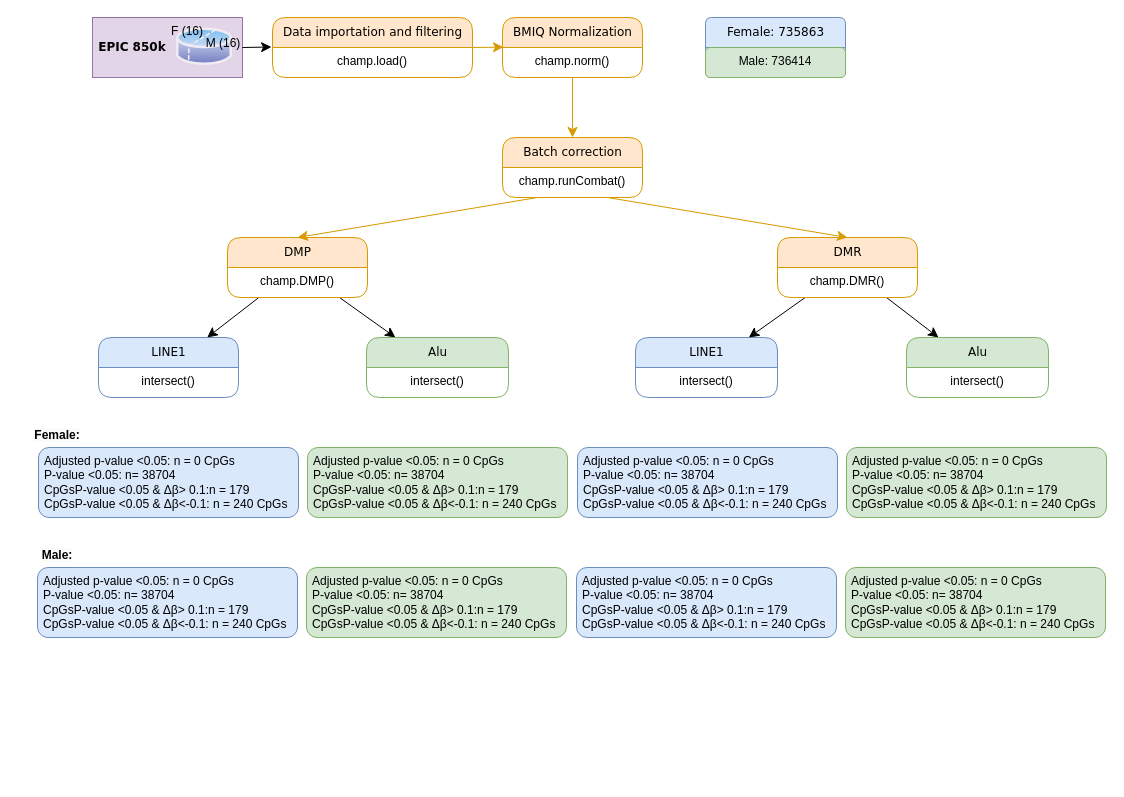
The draw.io diagram LBP.drawio in mwLuan/image_storage, before the edit. Source tidied: cells renumbered, new cells numbered last; positions are measured from the earlier drawing's top-left corner, leaving out a move shared by most shapes. Both pictures are drawn from the tidied source at 100%, with x=0, y=0 at pixel (17, 17).
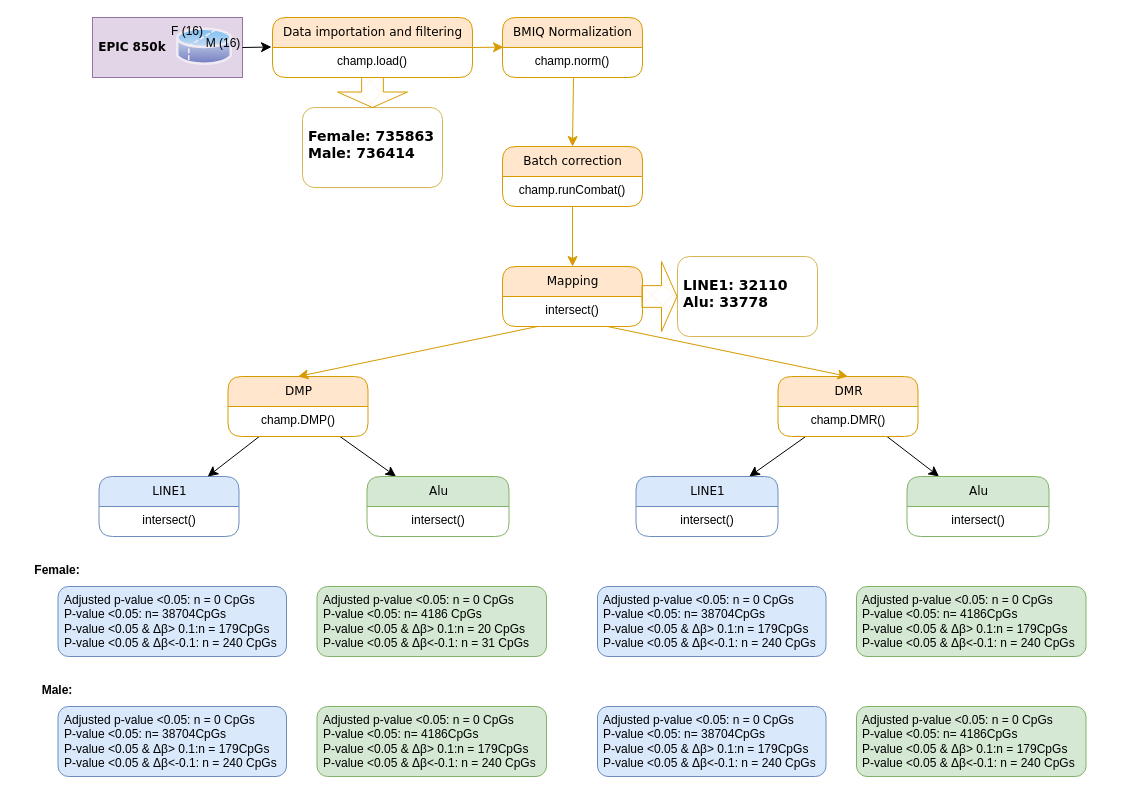
After the change.

The change refers to these unchanged cells:
```xml
<mxCell id="6" value="BMIQ Normalization" style="swimlane;html=1;fontStyle=0;horizontal=1;startSize=30;fillColor=#ffe6cc;swimlaneFillColor=#ffffff;align=center;rounded=1;shadow=0;comic=0;labelBackgroundColor=none;strokeWidth=1;fontFamily=Verdana;fontSize=12;strokeColor=#d79b00;" parent="1" vertex="1">
  <mxGeometry x="485" width="140" height="60" as="geometry" />
</mxCell>
```

Diff of the diagram source:
```diff
@@
-    <mxCell id="5" style="edgeStyle=none;html=1;labelBackgroundColor=none;startFill=0;startSize=8;endFill=1;endSize=8;fontFamily=Verdana;fontSize=12;exitX=0.5;exitY=1;exitDx=0;exitDy=0;entryX=0.5;entryY=0;entryDx=0;entryDy=0;fillColor=#ffe6cc;strokeColor=#d79b00;" parent="1" edge="1" source="6" target="8">
+    <mxCell id="5" style="edgeStyle=none;html=1;labelBackgroundColor=none;startFill=0;startSize=8;endFill=1;endSize=8;fontFamily=Verdana;fontSize=12;exitX=0.5;exitY=1;exitDx=0;exitDy=0;entryX=0.5;entryY=0;entryDx=0;entryDy=0;fillColor=#ffe6cc;strokeColor=#d79b00;exitPerimeter=0;" parent="1" edge="1" source="48" target="8">
       <mxGeometry relative="1" as="geometry" />
     </mxCell>
@@
-    <mxCell id="8" value="Batch correction" style="swimlane;html=1;fontStyle=0;horizontal=1;startSize=30;fillColor=#ffe6cc;swimlaneFillColor=#ffffff;align=center;rounded=1;shadow=0;comic=0;labelBackgroundColor=none;strokeWidth=1;fontFamily=Verdana;fontSize=12;strokeColor=#d79b00;" parent="1" vertex="1">
-      <mxGeometry x="485" y="120" width="140" height="60" as="geometry" />
+    <mxCell id="8" value="Mapping" style="swimlane;html=1;fontStyle=0;horizontal=1;startSize=30;fillColor=#ffe6cc;swimlaneFillColor=#ffffff;align=center;rounded=1;shadow=0;comic=0;labelBackgroundColor=none;strokeWidth=1;fontFamily=Verdana;fontSize=12;strokeColor=#d79b00;" parent="1" vertex="1">
+      <mxGeometry x="485" y="249" width="140" height="60" as="geometry" />
     </mxCell>
-    <mxCell id="9" value="champ.runCombat()" style="text;html=1;spacingLeft=4;spacingRight=4;whiteSpace=wrap;overflow=hidden;align=center;rounded=1;" parent="8" vertex="1">
+    <mxCell id="9" value="intersect()" style="text;html=1;spacingLeft=4;spacingRight=4;whiteSpace=wrap;overflow=hidden;align=center;rounded=1;" parent="8" vertex="1">
       <mxGeometry y="30" width="140" height="30" as="geometry" />
     </mxCell>
     <mxCell id="10" value="LINE1" style="swimlane;html=1;fontStyle=0;horizontal=1;startSize=30;fillColor=#dae8fc;swimlaneFillColor=#ffffff;align=center;rounded=1;shadow=0;comic=0;labelBackgroundColor=none;strokeWidth=1;fontFamily=Verdana;fontSize=12;strokeColor=#6c8ebf;" parent="1" vertex="1">
-      <mxGeometry x="81" y="320" width="140" height="60" as="geometry" />
+      <mxGeometry x="81.5" y="459" width="140" height="60" as="geometry" />
     </mxCell>
@@
     <mxCell id="14" value="DMP" style="swimlane;html=1;fontStyle=0;horizontal=1;startSize=30;fillColor=#ffe6cc;swimlaneFillColor=#ffffff;align=center;rounded=1;shadow=0;comic=0;labelBackgroundColor=none;strokeWidth=1;fontFamily=Verdana;fontSize=12;strokeColor=#d79b00;" parent="1" vertex="1">
-      <mxGeometry x="210" y="220" width="140" height="60" as="geometry" />
+      <mxGeometry x="210.5" y="359" width="140" height="60" as="geometry" />
     </mxCell>
@@
     <mxCell id="16" value="Alu" style="swimlane;html=1;fontStyle=0;horizontal=1;startSize=30;fillColor=#d5e8d4;swimlaneFillColor=#ffffff;align=center;rounded=1;shadow=0;comic=0;labelBackgroundColor=none;strokeWidth=1;fontFamily=Verdana;fontSize=12;strokeColor=#82b366;" parent="1" vertex="1">
-      <mxGeometry x="349" y="320" width="142" height="60" as="geometry" />
+      <mxGeometry x="349.5" y="459" width="142" height="60" as="geometry" />
     </mxCell>
@@
     <mxCell id="21" value="LINE1" style="swimlane;html=1;fontStyle=0;horizontal=1;startSize=30;fillColor=#dae8fc;swimlaneFillColor=#ffffff;align=center;rounded=1;shadow=0;comic=0;labelBackgroundColor=none;strokeWidth=1;fontFamily=Verdana;fontSize=12;strokeColor=#6c8ebf;" parent="1" vertex="1">
-      <mxGeometry x="618" y="320" width="142" height="60" as="geometry" />
+      <mxGeometry x="618.5" y="459" width="142" height="60" as="geometry" />
     </mxCell>
@@
     <mxCell id="25" value="DMR" style="swimlane;html=1;fontStyle=0;horizontal=1;startSize=30;fillColor=#ffe6cc;swimlaneFillColor=#ffffff;align=center;rounded=1;shadow=0;comic=0;labelBackgroundColor=none;strokeWidth=1;fontFamily=Verdana;fontSize=12;strokeColor=#d79b00;" parent="1" vertex="1">
-      <mxGeometry x="760" y="220" width="140" height="60" as="geometry" />
+      <mxGeometry x="760.5" y="359" width="140" height="60" as="geometry" />
     </mxCell>
@@
     <mxCell id="27" value="Alu" style="swimlane;html=1;fontStyle=0;horizontal=1;startSize=30;fillColor=#d5e8d4;swimlaneFillColor=#ffffff;align=center;rounded=1;shadow=0;comic=0;labelBackgroundColor=none;strokeWidth=1;fontFamily=Verdana;fontSize=12;strokeColor=#82b366;" parent="1" vertex="1">
-      <mxGeometry x="889" y="320" width="142" height="60" as="geometry" />
+      <mxGeometry x="889.5" y="459" width="142" height="60" as="geometry" />
     </mxCell>
@@
-    <mxCell id="33" value="Adjusted p-value &amp;lt;0.05: n = 0 CpGs &lt;br&gt;P-value &amp;lt;0.05: n= 38704 &lt;br&gt;CpGsP-value &amp;lt;0.05 &amp;amp; Δβ&amp;gt; 0.1:n = 179 &lt;br&gt;CpGsP-value &amp;lt;0.05 &amp;amp; Δβ&amp;lt;-0.1: n = 240 CpGs" style="text;html=1;spacingLeft=4;spacingRight=4;whiteSpace=wrap;overflow=hidden;align=left;rounded=1;fillColor=#dae8fc;strokeColor=#6c8ebf;" parent="1" vertex="1">
-      <mxGeometry x="21" y="430" width="260" height="70" as="geometry" />
+    <mxCell id="33" value="Adjusted p-value &amp;lt;0.05: n = 0 CpGs &lt;br&gt;P-value &amp;lt;0.05: n= 38704CpGs&lt;br&gt;P-value &amp;lt;0.05 &amp;amp; Δβ&amp;gt; 0.1:n = 179CpGs&lt;br&gt;P-value &amp;lt;0.05 &amp;amp; Δβ&amp;lt;-0.1: n = 240 CpGs" style="text;html=1;spacingLeft=4;spacingRight=4;whiteSpace=wrap;overflow=hidden;align=left;rounded=1;fillColor=#dae8fc;strokeColor=#6c8ebf;" parent="1" vertex="1">
+      <mxGeometry x="40.5" y="569" width="228.5" height="70" as="geometry" />
     </mxCell>
     <mxCell id="34" value="&lt;span style=&quot;color: rgb(0, 0, 0); font-family: Helvetica; font-size: 12px; font-style: normal; font-variant-ligatures: normal; font-variant-caps: normal; letter-spacing: normal; orphans: 2; text-indent: 0px; text-transform: none; widows: 2; word-spacing: 0px; -webkit-text-stroke-width: 0px; background-color: rgb(251, 251, 251); text-decoration-thickness: initial; text-decoration-style: initial; text-decoration-color: initial; float: none; display: inline !important;&quot;&gt;Female:&lt;/span&gt;" style="text;whiteSpace=wrap;html=1;fontSize=12;fontFamily=Helvetica;fontColor=default;align=center;fontStyle=1;" parent="1" vertex="1">
-      <mxGeometry y="404" width="80" height="30" as="geometry" />
+      <mxGeometry y="539" width="80" height="30" as="geometry" />
     </mxCell>
     <mxCell id="35" value="&lt;span style=&quot;color: rgb(0, 0, 0); font-family: Helvetica; font-size: 12px; font-style: normal; font-variant-ligatures: normal; font-variant-caps: normal; letter-spacing: normal; orphans: 2; text-indent: 0px; text-transform: none; widows: 2; word-spacing: 0px; -webkit-text-stroke-width: 0px; background-color: rgb(251, 251, 251); text-decoration-thickness: initial; text-decoration-style: initial; text-decoration-color: initial; float: none; display: inline !important;&quot;&gt;Male:&lt;/span&gt;" style="text;whiteSpace=wrap;html=1;fontSize=12;fontFamily=Helvetica;fontColor=default;align=center;fontStyle=1;" parent="1" vertex="1">
-      <mxGeometry y="524" width="80" height="30" as="geometry" />
+      <mxGeometry y="659" width="80" height="30" as="geometry" />
     </mxCell>
-    <mxCell id="36" value="Adjusted p-value &amp;lt;0.05: n = 0 CpGs &lt;br&gt;P-value &amp;lt;0.05: n= 38704 &lt;br&gt;CpGsP-value &amp;lt;0.05 &amp;amp; Δβ&amp;gt; 0.1:n = 179 &lt;br&gt;CpGsP-value &amp;lt;0.05 &amp;amp; Δβ&amp;lt;-0.1: n = 240 CpGs" style="text;html=1;spacingLeft=4;spacingRight=4;whiteSpace=wrap;overflow=hidden;align=left;rounded=1;fillColor=#dae8fc;strokeColor=#6c8ebf;" parent="1" vertex="1">
-      <mxGeometry x="20" y="550" width="260" height="70" as="geometry" />
-    </mxCell>
-    <mxCell id="37" value="Adjusted p-value &amp;lt;0.05: n = 0 CpGs &lt;br&gt;P-value &amp;lt;0.05: n= 38704 &lt;br&gt;CpGsP-value &amp;lt;0.05 &amp;amp; Δβ&amp;gt; 0.1:n = 179 &lt;br&gt;CpGsP-value &amp;lt;0.05 &amp;amp; Δβ&amp;lt;-0.1: n = 240 CpGs" style="text;html=1;spacingLeft=4;spacingRight=4;whiteSpace=wrap;overflow=hidden;align=left;rounded=1;fillColor=#d5e8d4;strokeColor=#82b366;" parent="1" vertex="1">
-      <mxGeometry x="290" y="430" width="260" height="70" as="geometry" />
+    <mxCell id="37" value="Adjusted p-value &amp;lt;0.05: n = 0 CpGs &lt;br&gt;P-value &amp;lt;0.05: n= 4186 CpGs&lt;br&gt;P-value &amp;lt;0.05 &amp;amp; Δβ&amp;gt; 0.1:n = 20 CpGs&lt;br&gt;P-value &amp;lt;0.05 &amp;amp; Δβ&amp;lt;-0.1: n = 31 CpGs" style="text;html=1;spacingLeft=4;spacingRight=4;whiteSpace=wrap;overflow=hidden;align=left;rounded=1;fillColor=#d5e8d4;strokeColor=#82b366;" parent="1" vertex="1">
+      <mxGeometry x="299.5" y="569" width="229.5" height="70" as="geometry" />
     </mxCell>
-    <mxCell id="38" value="Adjusted p-value &amp;lt;0.05: n = 0 CpGs &lt;br&gt;P-value &amp;lt;0.05: n= 38704 &lt;br&gt;CpGsP-value &amp;lt;0.05 &amp;amp; Δβ&amp;gt; 0.1:n = 179 &lt;br&gt;CpGsP-value &amp;lt;0.05 &amp;amp; Δβ&amp;lt;-0.1: n = 240 CpGs" style="text;html=1;spacingLeft=4;spacingRight=4;whiteSpace=wrap;overflow=hidden;align=left;rounded=1;fillColor=#d5e8d4;strokeColor=#82b366;" parent="1" vertex="1">
-      <mxGeometry x="289" y="550" width="260" height="70" as="geometry" />
-    </mxCell>
-    <mxCell id="39" value="Adjusted p-value &amp;lt;0.05: n = 0 CpGs &lt;br&gt;P-value &amp;lt;0.05: n= 38704 &lt;br&gt;CpGsP-value &amp;lt;0.05 &amp;amp; Δβ&amp;gt; 0.1:n = 179 &lt;br&gt;CpGsP-value &amp;lt;0.05 &amp;amp; Δβ&amp;lt;-0.1: n = 240 CpGs" style="text;html=1;spacingLeft=4;spacingRight=4;whiteSpace=wrap;overflow=hidden;align=left;rounded=1;fillColor=#d5e8d4;strokeColor=#82b366;" parent="1" vertex="1">
-      <mxGeometry x="829" y="430" width="260" height="70" as="geometry" />
-    </mxCell>
-    <mxCell id="40" value="Adjusted p-value &amp;lt;0.05: n = 0 CpGs &lt;br&gt;P-value &amp;lt;0.05: n= 38704 &lt;br&gt;CpGsP-value &amp;lt;0.05 &amp;amp; Δβ&amp;gt; 0.1:n = 179 &lt;br&gt;CpGsP-value &amp;lt;0.05 &amp;amp; Δβ&amp;lt;-0.1: n = 240 CpGs" style="text;html=1;spacingLeft=4;spacingRight=4;whiteSpace=wrap;overflow=hidden;align=left;rounded=1;fillColor=#d5e8d4;strokeColor=#82b366;" parent="1" vertex="1">
-      <mxGeometry x="828" y="550" width="260" height="70" as="geometry" />
-    </mxCell>
-    <mxCell id="41" value="Adjusted p-value &amp;lt;0.05: n = 0 CpGs &lt;br&gt;P-value &amp;lt;0.05: n= 38704 &lt;br&gt;CpGsP-value &amp;lt;0.05 &amp;amp; Δβ&amp;gt; 0.1:n = 179 &lt;br&gt;CpGsP-value &amp;lt;0.05 &amp;amp; Δβ&amp;lt;-0.1: n = 240 CpGs" style="text;html=1;spacingLeft=4;spacingRight=4;whiteSpace=wrap;overflow=hidden;align=left;rounded=1;fillColor=#dae8fc;strokeColor=#6c8ebf;" parent="1" vertex="1">
-      <mxGeometry x="560" y="430" width="260" height="70" as="geometry" />
-    </mxCell>
-    <mxCell id="42" value="Adjusted p-value &amp;lt;0.05: n = 0 CpGs &lt;br&gt;P-value &amp;lt;0.05: n= 38704 &lt;br&gt;CpGsP-value &amp;lt;0.05 &amp;amp; Δβ&amp;gt; 0.1:n = 179 &lt;br&gt;CpGsP-value &amp;lt;0.05 &amp;amp; Δβ&amp;lt;-0.1: n = 240 CpGs" style="text;html=1;spacingLeft=4;spacingRight=4;whiteSpace=wrap;overflow=hidden;align=left;rounded=1;fillColor=#dae8fc;strokeColor=#6c8ebf;" parent="1" vertex="1">
-      <mxGeometry x="559" y="550" width="260" height="70" as="geometry" />
-    </mxCell>
-    <mxCell id="43" value="Female: 735863" style="swimlane;html=1;fontStyle=0;horizontal=1;startSize=30;fillColor=#dae8fc;swimlaneFillColor=#ffffff;align=center;rounded=1;shadow=0;comic=0;labelBackgroundColor=none;strokeWidth=1;fontFamily=Verdana;fontSize=12;strokeColor=#6c8ebf;arcSize=7;" parent="1" vertex="1">
-      <mxGeometry x="688" width="140" height="60" as="geometry" />
-    </mxCell>
-    <mxCell id="44" value="Male: 736414" style="text;html=1;spacingLeft=4;spacingRight=4;whiteSpace=wrap;overflow=hidden;align=center;rounded=1;fillColor=#d5e8d4;strokeColor=#82b366;" parent="43" vertex="1">
-      <mxGeometry y="30" width="140" height="30" as="geometry" />
+    <mxCell id="44" value="&lt;h3&gt;&lt;font face=&quot;Verdana&quot;&gt;&lt;span style=&quot;background-color: initial;&quot;&gt;Female: 735863&lt;br&gt;&lt;/span&gt;&lt;/font&gt;&lt;font face=&quot;Verdana&quot;&gt;&lt;span style=&quot;background-color: initial;&quot;&gt;Male: 736414&lt;/span&gt;&lt;/font&gt;&lt;/h3&gt;" style="text;html=1;spacingLeft=4;spacingRight=4;whiteSpace=wrap;overflow=hidden;align=left;rounded=1;fillColor=default;strokeColor=#d6b656;fillStyle=cross-hatch;" parent="1" vertex="1">
+      <mxGeometry x="285" y="90" width="140" height="80" as="geometry" />
     </mxCell>
+    <mxCell id="45" style="html=1;shadow=0;dashed=0;align=center;verticalAlign=middle;shape=mxgraph.arrows2.arrow;dy=0.69;dx=15.5;direction=south;notch=0;fillColor=#ffe6cc;strokeColor=#d79b00;fillStyle=cross-hatch;" parent="1" vertex="1">
+      <mxGeometry x="320" y="60" width="70" height="30" as="geometry" />
+    </mxCell>
+    <mxCell id="46" value="&lt;h3&gt;&lt;font face=&quot;Verdana&quot;&gt;&lt;span style=&quot;background-color: initial;&quot;&gt;LINE1: 32110&lt;br&gt;&lt;/span&gt;&lt;/font&gt;&lt;font face=&quot;Verdana&quot;&gt;&lt;span style=&quot;background-color: initial;&quot;&gt;Alu: 33778&lt;/span&gt;&lt;/font&gt;&lt;/h3&gt;" style="text;html=1;spacingLeft=4;spacingRight=4;whiteSpace=wrap;overflow=hidden;align=left;rounded=1;fillColor=default;strokeColor=#d6b656;fillStyle=cross-hatch;" parent="1" vertex="1">
+      <mxGeometry x="660" y="239" width="140" height="80" as="geometry" />
+    </mxCell>
+    <mxCell id="47" value="Batch correction" style="swimlane;html=1;fontStyle=0;horizontal=1;startSize=30;fillColor=#ffe6cc;swimlaneFillColor=#ffffff;align=center;rounded=1;shadow=0;comic=0;labelBackgroundColor=none;strokeWidth=1;fontFamily=Verdana;fontSize=12;strokeColor=#d79b00;" parent="1" vertex="1">
+      <mxGeometry x="485" y="129" width="140" height="60" as="geometry" />
+    </mxCell>
+    <mxCell id="48" value="champ.runCombat()" style="text;html=1;spacingLeft=4;spacingRight=4;whiteSpace=wrap;overflow=hidden;points=[[0,0.5],[1,0.5]];portConstraint=eastwest;align=center;rounded=1;" parent="47" vertex="1">
+      <mxGeometry y="30" width="140" height="30" as="geometry" />
+    </mxCell>
+    <mxCell id="49" style="edgeStyle=none;html=1;labelBackgroundColor=none;startFill=0;startSize=8;endFill=1;endSize=8;fontFamily=Verdana;fontSize=12;entryX=0.5;entryY=0;entryDx=0;entryDy=0;fillColor=#ffe6cc;strokeColor=#d79b00;" parent="1" edge="1" target="47">
+      <mxGeometry relative="1" as="geometry">
+        <mxPoint x="556" y="60" as="sourcePoint" />
+      </mxGeometry>
+    </mxCell>
+    <mxCell id="50" style="html=1;shadow=0;dashed=0;align=center;verticalAlign=middle;shape=mxgraph.arrows2.arrow;dy=0.69;dx=15.5;direction=south;notch=0;fillColor=#ffe6cc;strokeColor=#d79b00;fillStyle=cross-hatch;rotation=-90;" parent="1" vertex="1">
+      <mxGeometry x="607" y="261.5" width="70" height="35" as="geometry" />
+    </mxCell>
+    <mxCell id="51" value="Adjusted p-value &amp;lt;0.05: n = 0 CpGs &lt;br&gt;P-value &amp;lt;0.05: n= 38704CpGs&lt;br&gt;P-value &amp;lt;0.05 &amp;amp; Δβ&amp;gt; 0.1:n = 179CpGs&lt;br&gt;P-value &amp;lt;0.05 &amp;amp; Δβ&amp;lt;-0.1: n = 240 CpGs" style="text;html=1;spacingLeft=4;spacingRight=4;whiteSpace=wrap;overflow=hidden;align=left;rounded=1;fillColor=#dae8fc;strokeColor=#6c8ebf;" parent="1" vertex="1">
+      <mxGeometry x="40.5" y="689" width="228.5" height="70" as="geometry" />
+    </mxCell>
+    <mxCell id="52" value="Adjusted p-value &amp;lt;0.05: n = 0 CpGs &lt;br&gt;P-value &amp;lt;0.05: n= 4186CpGs&lt;br&gt;P-value &amp;lt;0.05 &amp;amp; Δβ&amp;gt; 0.1:n = 179CpGs&lt;br&gt;P-value &amp;lt;0.05 &amp;amp; Δβ&amp;lt;-0.1: n = 240 CpGs" style="text;html=1;spacingLeft=4;spacingRight=4;whiteSpace=wrap;overflow=hidden;align=left;rounded=1;fillColor=#d5e8d4;strokeColor=#82b366;" parent="1" vertex="1">
+      <mxGeometry x="299.5" y="689" width="229.5" height="70" as="geometry" />
+    </mxCell>
+    <mxCell id="53" value="Adjusted p-value &amp;lt;0.05: n = 0 CpGs &lt;br&gt;P-value &amp;lt;0.05: n= 38704CpGs&lt;br&gt;P-value &amp;lt;0.05 &amp;amp; Δβ&amp;gt; 0.1:n = 179CpGs&lt;br&gt;P-value &amp;lt;0.05 &amp;amp; Δβ&amp;lt;-0.1: n = 240 CpGs" style="text;html=1;spacingLeft=4;spacingRight=4;whiteSpace=wrap;overflow=hidden;align=left;rounded=1;fillColor=#dae8fc;strokeColor=#6c8ebf;" parent="1" vertex="1">
+      <mxGeometry x="580" y="569" width="228.5" height="70" as="geometry" />
+    </mxCell>
+    <mxCell id="54" value="Adjusted p-value &amp;lt;0.05: n = 0 CpGs &lt;br&gt;P-value &amp;lt;0.05: n= 4186CpGs&lt;br&gt;P-value &amp;lt;0.05 &amp;amp; Δβ&amp;gt; 0.1:n = 179CpGs&lt;br&gt;P-value &amp;lt;0.05 &amp;amp; Δβ&amp;lt;-0.1: n = 240 CpGs" style="text;html=1;spacingLeft=4;spacingRight=4;whiteSpace=wrap;overflow=hidden;align=left;rounded=1;fillColor=#d5e8d4;strokeColor=#82b366;" parent="1" vertex="1">
+      <mxGeometry x="839" y="569" width="229.5" height="70" as="geometry" />
+    </mxCell>
+    <mxCell id="55" value="Adjusted p-value &amp;lt;0.05: n = 0 CpGs &lt;br&gt;P-value &amp;lt;0.05: n= 38704CpGs&lt;br&gt;P-value &amp;lt;0.05 &amp;amp; Δβ&amp;gt; 0.1:n = 179CpGs&lt;br&gt;P-value &amp;lt;0.05 &amp;amp; Δβ&amp;lt;-0.1: n = 240 CpGs" style="text;html=1;spacingLeft=4;spacingRight=4;whiteSpace=wrap;overflow=hidden;align=left;rounded=1;fillColor=#dae8fc;strokeColor=#6c8ebf;" parent="1" vertex="1">
+      <mxGeometry x="580" y="689" width="228.5" height="70" as="geometry" />
+    </mxCell>
+    <mxCell id="56" value="Adjusted p-value &amp;lt;0.05: n = 0 CpGs &lt;br&gt;P-value &amp;lt;0.05: n= 4186CpGs&lt;br&gt;P-value &amp;lt;0.05 &amp;amp; Δβ&amp;gt; 0.1:n = 179CpGs&lt;br&gt;P-value &amp;lt;0.05 &amp;amp; Δβ&amp;lt;-0.1: n = 240 CpGs" style="text;html=1;spacingLeft=4;spacingRight=4;whiteSpace=wrap;overflow=hidden;align=left;rounded=1;fillColor=#d5e8d4;strokeColor=#82b366;" parent="1" vertex="1">
+      <mxGeometry x="839" y="689" width="229.5" height="70" as="geometry" />
+    </mxCell>
```
